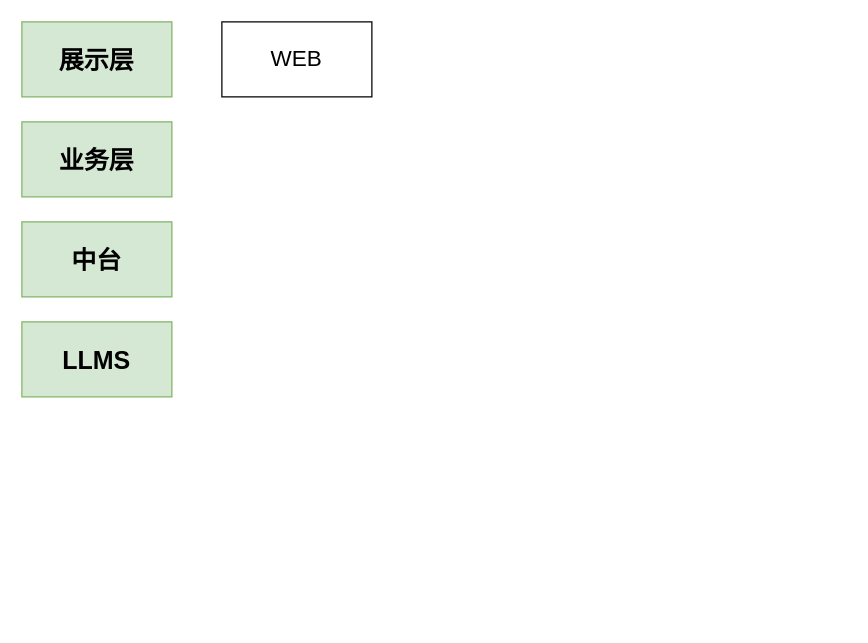
Before: demo.drawio in Hansel111/draw, a draw.io diagram. Source tidied: cells renumbered, new cells numbered last; positions are measured from the earlier drawing's top-left corner, leaving out a move shared by most shapes. Both pictures are drawn from the tidied source at 125%, with x=0, y=0 at pixel (21, 21).
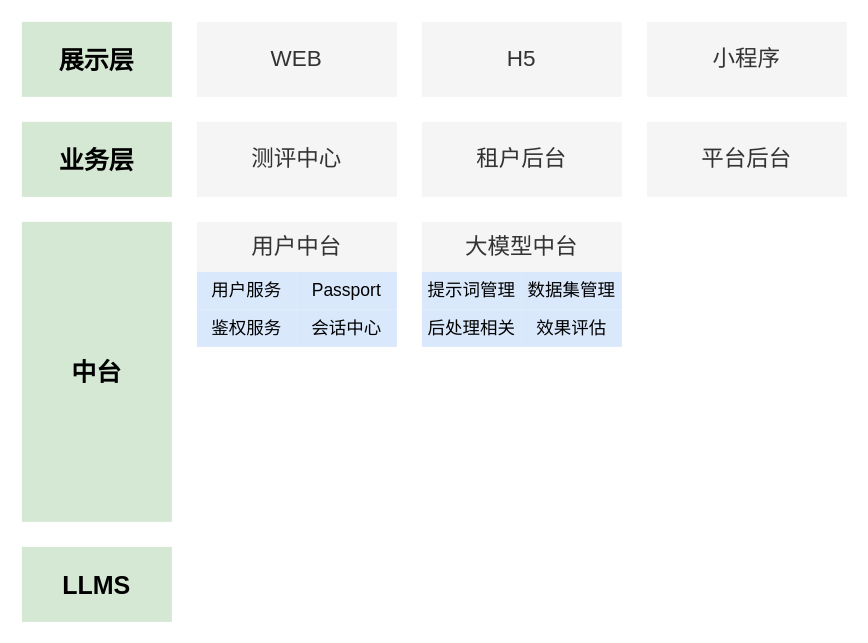
The same page after the edit.

Change to the diagram source:
```diff
@@
-    <mxCell id="2" value="展示层" style="rounded=0;whiteSpace=wrap;html=1;fillColor=#d5e8d4;strokeColor=#82b366;fontSize=20;fontStyle=1;" parent="1" vertex="1">
+    <mxCell id="2" value="展示层" style="rounded=0;whiteSpace=wrap;html=1;fillColor=#d5e8d4;strokeColor=none;fontSize=20;fontStyle=1;" parent="1" vertex="1">
       <mxGeometry width="120" height="60" as="geometry" />
     </mxCell>
-    <mxCell id="3" value="业务层" style="rounded=0;whiteSpace=wrap;html=1;fillColor=#d5e8d4;strokeColor=#82b366;fontSize=20;fontStyle=1;" parent="1" vertex="1">
+    <mxCell id="3" value="业务层" style="rounded=0;whiteSpace=wrap;html=1;fillColor=#d5e8d4;strokeColor=none;fontSize=20;fontStyle=1;" parent="1" vertex="1">
       <mxGeometry y="80" width="120" height="60" as="geometry" />
     </mxCell>
-    <mxCell id="4" value="中台" style="rounded=0;whiteSpace=wrap;html=1;fillColor=#d5e8d4;strokeColor=#82b366;fontSize=20;fontStyle=1;" parent="1" vertex="1">
-      <mxGeometry y="160" width="120" height="60" as="geometry" />
+    <mxCell id="4" value="中台" style="rounded=0;whiteSpace=wrap;html=1;fillColor=#d5e8d4;strokeColor=none;fontSize=20;fontStyle=1;" parent="1" vertex="1">
+      <mxGeometry y="160" width="120" height="240" as="geometry" />
     </mxCell>
-    <mxCell id="5" value="LLMS" style="rounded=0;whiteSpace=wrap;html=1;fillColor=#d5e8d4;strokeColor=#82b366;fontSize=20;fontStyle=1;" parent="1" vertex="1">
-      <mxGeometry y="240" width="120" height="60" as="geometry" />
+    <mxCell id="5" value="LLMS" style="rounded=0;whiteSpace=wrap;html=1;fillColor=#d5e8d4;strokeColor=none;fontSize=20;fontStyle=1;" parent="1" vertex="1">
+      <mxGeometry y="420" width="120" height="60" as="geometry" />
     </mxCell>
-    <mxCell id="6" value="WEB" style="rounded=0;whiteSpace=wrap;html=1;fontSize=18;" parent="1" vertex="1">
-      <mxGeometry x="160" width="120" height="60" as="geometry" />
+    <mxCell id="6" value="WEB" style="rounded=0;whiteSpace=wrap;html=1;fontSize=18;strokeColor=none;fillColor=#f5f5f5;fontColor=#333333;" parent="1" vertex="1">
+      <mxGeometry x="140" width="160" height="60" as="geometry" />
     </mxCell>
+    <mxCell id="7" value="H5" style="rounded=0;whiteSpace=wrap;html=1;fontSize=18;strokeColor=none;fillColor=#f5f5f5;fontColor=#333333;" parent="1" vertex="1">
+      <mxGeometry x="320" width="160" height="60" as="geometry" />
+    </mxCell>
+    <mxCell id="8" value="小程序" style="rounded=0;whiteSpace=wrap;html=1;fontSize=18;strokeColor=none;fillColor=#f5f5f5;fontColor=#333333;" parent="1" vertex="1">
+      <mxGeometry x="500" width="160" height="60" as="geometry" />
+    </mxCell>
+    <mxCell id="9" value="测评中心" style="rounded=0;whiteSpace=wrap;html=1;fontSize=18;strokeColor=none;fillColor=#f5f5f5;fontColor=#333333;" parent="1" vertex="1">
+      <mxGeometry x="140" y="80" width="160" height="60" as="geometry" />
+    </mxCell>
+    <mxCell id="10" value="租户后台" style="rounded=0;whiteSpace=wrap;html=1;fontSize=18;strokeColor=none;fillColor=#f5f5f5;fontColor=#333333;" parent="1" vertex="1">
+      <mxGeometry x="320" y="80" width="160" height="60" as="geometry" />
+    </mxCell>
+    <mxCell id="11" value="平台后台" style="rounded=0;whiteSpace=wrap;html=1;fontSize=18;strokeColor=none;fillColor=#f5f5f5;fontColor=#333333;" parent="1" vertex="1">
+      <mxGeometry x="500" y="80" width="160" height="60" as="geometry" />
+    </mxCell>
+    <mxCell id="12" value="用户中台" style="rounded=0;whiteSpace=wrap;html=1;fontSize=18;strokeColor=none;fillColor=#f5f5f5;fontColor=#333333;" parent="1" vertex="1">
+      <mxGeometry x="140" y="160" width="160" height="40" as="geometry" />
+    </mxCell>
+    <mxCell id="13" value="用户服务" style="rounded=0;whiteSpace=wrap;html=1;fontSize=14;fillColor=#dae8fc;strokeColor=none;" parent="1" vertex="1">
+      <mxGeometry x="140" y="200" width="80" height="30" as="geometry" />
+    </mxCell>
+    <mxCell id="14" value="Passport" style="rounded=0;whiteSpace=wrap;html=1;fontSize=14;fillColor=#dae8fc;strokeColor=none;" parent="1" vertex="1">
+      <mxGeometry x="220" y="200" width="80" height="30" as="geometry" />
+    </mxCell>
+    <mxCell id="15" value="鉴权服务" style="rounded=0;whiteSpace=wrap;html=1;fontSize=14;fillColor=#dae8fc;strokeColor=none;" parent="1" vertex="1">
+      <mxGeometry x="140" y="230" width="80" height="30" as="geometry" />
+    </mxCell>
+    <mxCell id="16" value="会话中心" style="rounded=0;whiteSpace=wrap;html=1;fontSize=14;fillColor=#dae8fc;strokeColor=none;" parent="1" vertex="1">
+      <mxGeometry x="220" y="230" width="80" height="30" as="geometry" />
+    </mxCell>
+    <mxCell id="17" value="大模型中台" style="rounded=0;whiteSpace=wrap;html=1;fontSize=18;strokeColor=none;fillColor=#f5f5f5;fontColor=#333333;" parent="1" vertex="1">
+      <mxGeometry x="320" y="160" width="160" height="40" as="geometry" />
+    </mxCell>
+    <mxCell id="18" value="提示词管理" style="rounded=0;whiteSpace=wrap;html=1;fontSize=14;fillColor=#dae8fc;strokeColor=none;" parent="1" vertex="1">
+      <mxGeometry x="320" y="200" width="80" height="30" as="geometry" />
+    </mxCell>
+    <mxCell id="19" value="数据集管理" style="rounded=0;whiteSpace=wrap;html=1;fontSize=14;fillColor=#dae8fc;strokeColor=none;" parent="1" vertex="1">
+      <mxGeometry x="400" y="200" width="80" height="30" as="geometry" />
+    </mxCell>
+    <mxCell id="20" value="后处理相关" style="rounded=0;whiteSpace=wrap;html=1;fontSize=14;fillColor=#dae8fc;strokeColor=none;" parent="1" vertex="1">
+      <mxGeometry x="320" y="230" width="80" height="30" as="geometry" />
+    </mxCell>
+    <mxCell id="21" value="效果评估" style="rounded=0;whiteSpace=wrap;html=1;fontSize=14;fillColor=#dae8fc;strokeColor=none;" parent="1" vertex="1">
+      <mxGeometry x="400" y="230" width="80" height="30" as="geometry" />
+    </mxCell>
```
